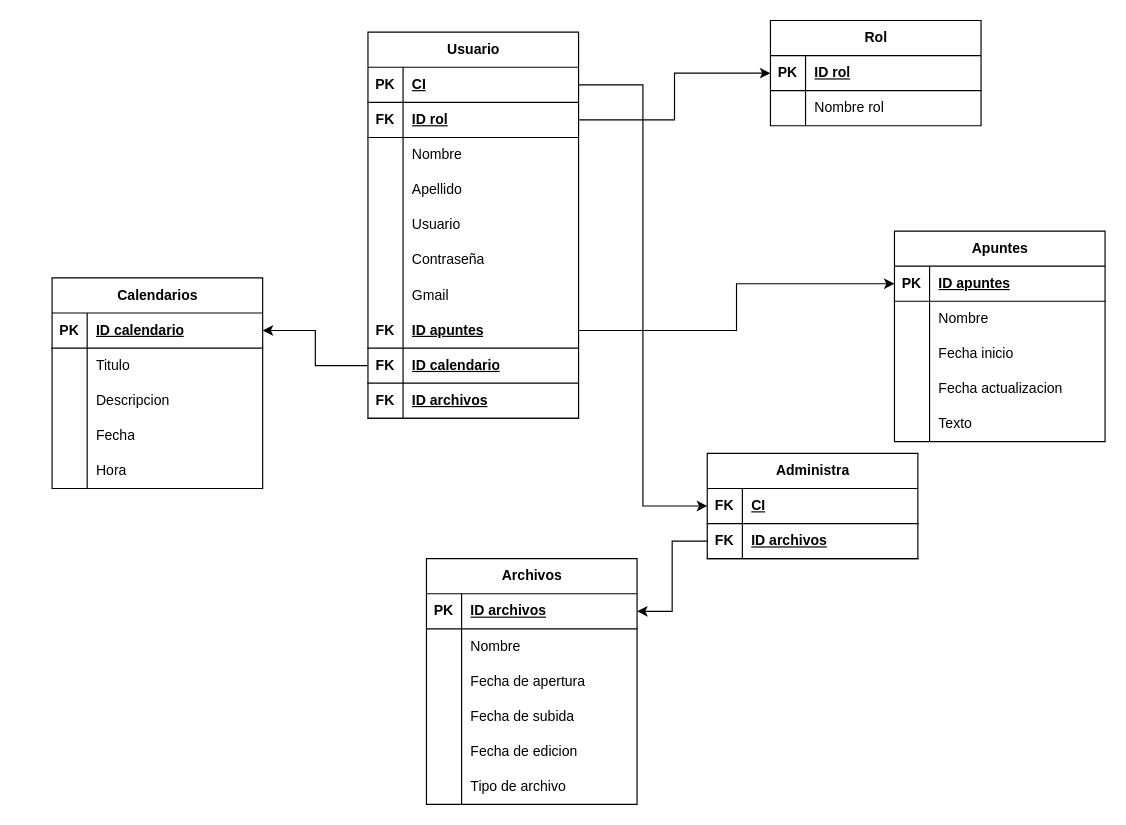
Above: EDUCONNECTMR.drawio in TheSniper77/Proyecto-final (draw.io), before the change. Source tidied: cells renumbered, new cells numbered last; positions are measured from the earlier drawing's top-left corner, leaving out a move shared by most shapes. Both pictures are drawn from the tidied source at 117%, with x=0, y=0 at pixel (51, 20).
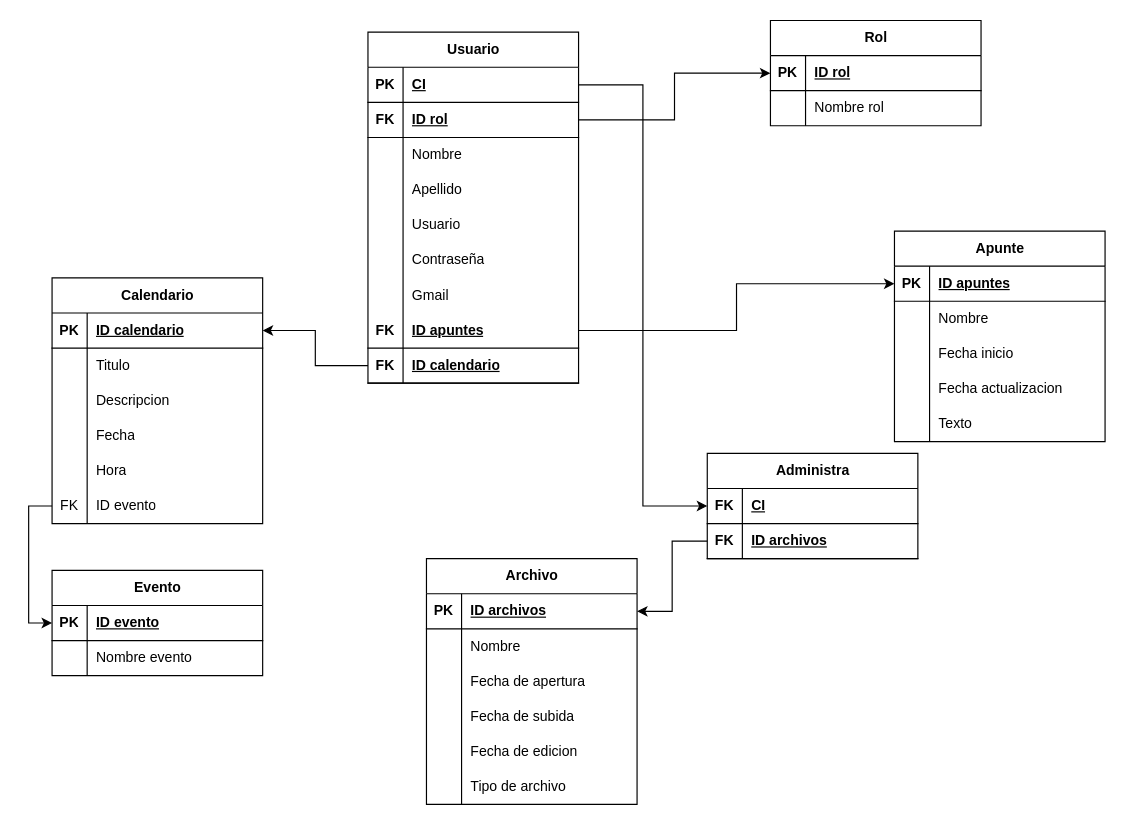
After the change.

Commit message (it also covers changes not shown here):
Pequeño cambio

What changed in the source:
```diff
@@
     <mxCell id="2" value="Usuario" style="shape=table;startSize=30;childLayout=tableLayout;rowLines=0;fontStyle=1;align=center;html=1;" parent="1" vertex="1">
-      <mxGeometry x="270" y="10" width="180" height="330" as="geometry" />
+      <mxGeometry x="270" y="10" width="180" height="300" as="geometry" />
     </mxCell>
@@
-    <mxCell id="30" style="shape=tableRow;horizontal=0;startSize=0;swimlaneHead=0;swimlaneBody=0;fillColor=none;top=0;left=0;right=0;bottom=1;" parent="2" vertex="1">
-      <mxGeometry y="300" width="180" height="30" as="geometry" />
-    </mxCell>
-    <mxCell id="31" value="FK" style="shape=partialRectangle;fillColor=none;top=0;left=0;bottom=0;right=0;fontStyle=1;overflow=hidden;whiteSpace=wrap;html=1;" parent="30" vertex="1">
-      <mxGeometry width="30" height="30" as="geometry" />
-    </mxCell>
-    <mxCell id="32" value="ID archivos" style="shape=partialRectangle;fillColor=none;top=0;left=0;bottom=0;right=0;align=left;spacingLeft=6;fontStyle=5;overflow=hidden;whiteSpace=wrap;html=1;" parent="30" vertex="1">
-      <mxGeometry x="30" width="150" height="30" as="geometry" />
-    </mxCell>
-    <mxCell id="33" value="Calendarios" style="shape=table;startSize=30;childLayout=tableLayout;rowLines=0;fontStyle=1;align=center;html=1;" parent="1" vertex="1">
-      <mxGeometry y="220" width="180" height="180" as="geometry" />
+    <mxCell id="33" value="Calendario" style="shape=table;startSize=30;childLayout=tableLayout;rowLines=0;fontStyle=1;align=center;html=1;" parent="1" vertex="1">
+      <mxGeometry y="220" width="180" height="210" as="geometry" />
     </mxCell>
@@
+    <mxCell id="103" style="shape=tableRow;horizontal=0;startSize=0;swimlaneHead=0;swimlaneBody=0;fillColor=none;points=[[0,0.5],[1,0.5]];portConstraint=eastwest;top=0;left=0;right=0;bottom=0;" parent="33" vertex="1">
+      <mxGeometry y="180" width="180" height="30" as="geometry" />
+    </mxCell>
+    <mxCell id="31" value="FK" style="shape=partialRectangle;fillColor=none;top=0;left=0;bottom=0;right=0;overflow=hidden;whiteSpace=wrap;html=1;" parent="103" vertex="1">
+      <mxGeometry width="30" height="30" as="geometry" />
+    </mxCell>
+    <mxCell id="104" value="ID evento" style="shape=partialRectangle;fillColor=none;top=0;left=0;bottom=0;right=0;align=left;spacingLeft=6;overflow=hidden;whiteSpace=wrap;html=1;" parent="103" vertex="1">
+      <mxGeometry x="30" width="150" height="30" as="geometry" />
+    </mxCell>
-    <mxCell id="49" value="Apuntes" style="shape=table;startSize=30;childLayout=tableLayout;rowLines=0;fontStyle=1;align=center;html=1;" parent="1" vertex="1">
+    <mxCell id="49" value="Apunte" style="shape=table;startSize=30;childLayout=tableLayout;rowLines=0;fontStyle=1;align=center;html=1;" parent="1" vertex="1">
       <mxGeometry x="720" y="180" width="180" height="180" as="geometry" />
     </mxCell>
@@
-    <mxCell id="65" value="Archivos" style="shape=table;startSize=30;childLayout=tableLayout;rowLines=0;fontStyle=1;align=center;html=1;" parent="1" vertex="1">
+    <mxCell id="65" value="Archivo" style="shape=table;startSize=30;childLayout=tableLayout;rowLines=0;fontStyle=1;align=center;html=1;" parent="1" vertex="1">
       <mxGeometry x="320" y="460" width="180" height="210" as="geometry" />
     </mxCell>
@@
+    <mxCell id="105" value="Evento" style="shape=table;startSize=30;childLayout=tableLayout;rowLines=0;fontStyle=1;align=center;html=1;" parent="1" vertex="1">
+      <mxGeometry y="470" width="180" height="90" as="geometry" />
+    </mxCell>
+    <mxCell id="106" style="shape=tableRow;horizontal=0;startSize=0;swimlaneHead=0;swimlaneBody=0;fillColor=none;points=[[0,0.5],[1,0.5]];portConstraint=eastwest;top=0;left=0;right=0;bottom=1;" parent="105" vertex="1">
+      <mxGeometry y="30" width="180" height="30" as="geometry" />
+    </mxCell>
+    <mxCell id="107" value="PK" style="shape=partialRectangle;fillColor=none;top=0;left=0;bottom=0;right=0;fontStyle=1;overflow=hidden;whiteSpace=wrap;html=1;" parent="106" vertex="1">
+      <mxGeometry width="30" height="30" as="geometry" />
+    </mxCell>
+    <mxCell id="108" value="ID evento" style="shape=partialRectangle;fillColor=none;top=0;left=0;bottom=0;right=0;align=left;spacingLeft=6;fontStyle=5;overflow=hidden;whiteSpace=wrap;html=1;" parent="106" vertex="1">
+      <mxGeometry x="30" width="150" height="30" as="geometry" />
+    </mxCell>
+    <mxCell id="109" style="shape=tableRow;horizontal=0;startSize=0;swimlaneHead=0;swimlaneBody=0;fillColor=none;top=0;left=0;right=0;bottom=0;" parent="105" vertex="1">
+      <mxGeometry y="60" width="180" height="30" as="geometry" />
+    </mxCell>
+    <mxCell id="110" style="shape=partialRectangle;fillColor=none;top=0;left=0;bottom=0;right=0;overflow=hidden;whiteSpace=wrap;html=1;" parent="109" vertex="1">
+      <mxGeometry width="30" height="30" as="geometry" />
+    </mxCell>
+    <mxCell id="111" value="Nombre evento" style="shape=partialRectangle;fillColor=none;top=0;left=0;bottom=0;right=0;align=left;spacingLeft=6;overflow=hidden;whiteSpace=wrap;html=1;" parent="109" vertex="1">
+      <mxGeometry x="30" width="150" height="30" as="geometry" />
+    </mxCell>
+    <mxCell id="112" style="edgeStyle=orthogonalEdgeStyle;rounded=0;jettySize=auto;html=1;exitX=0;exitY=0.5;exitDx=0;exitDy=0;entryX=0;entryY=0.5;entryDx=0;entryDy=0;" parent="1" edge="1" source="103" target="106">
+      <mxGeometry relative="1" as="geometry" />
+    </mxCell>
```
